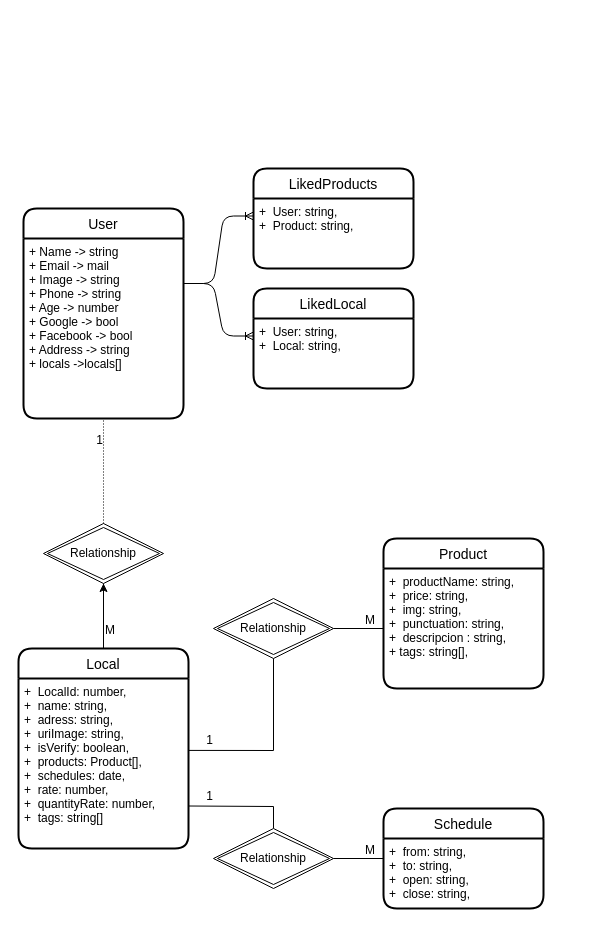
The draw.io diagram page "Database" (1 of 7) of Documentation/Database.drawio in VictorVMHC/Located.API, before the edit. Source tidied: cells renumbered, new cells numbered last; positions are measured from the earlier drawing's top-left corner, leaving out a move shared by most shapes. Both pictures are drawn from the tidied source at 100%, with x=0, y=0 at pixel (18, 168).
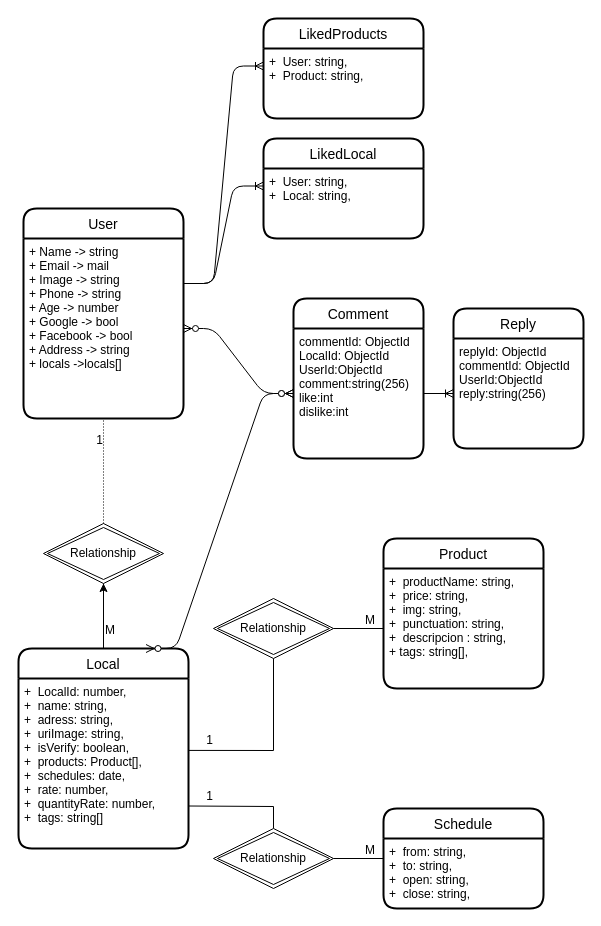
After the change.

The change refers to these unchanged cells:
```xml
<mxCell id="4" value="+ Name -&gt; string&#10;+ Email -&gt; mail&#10;+ Image -&gt; string&#10;+ Phone -&gt; string&#10;+ Age -&gt; number&#10;+ Google -&gt; bool&#10;+ Facebook -&gt; bool&#10;+ Address -&gt; string&#10;+ locals -&gt;locals[]&#10;" style="align=left;strokeColor=none;fillColor=none;spacingLeft=4;fontSize=12;verticalAlign=top;" parent="3" vertex="1">
  <mxGeometry y="30" width="160" height="180" as="geometry" />
</mxCell>
<mxCell id="6" value="Local" style="swimlane;horizontal=1;startSize=30;rounded=1;fontSize=14;fontStyle=0;strokeWidth=2;shadow=0;dashed=0;align=center;" parent="1" vertex="1">
  <mxGeometry y="480" width="170" height="200" as="geometry" />
</mxCell>
```

Change to the diagram source:
```diff
@@
     <mxCell id="27" value="LikedProducts" style="swimlane;horizontal=1;startSize=30;rounded=1;fontSize=14;fontStyle=0;strokeWidth=2;shadow=0;dashed=0;align=center;" parent="1" vertex="1">
-      <mxGeometry x="235" width="160" height="100" as="geometry" />
+      <mxGeometry x="245" y="-150" width="160" height="100" as="geometry" />
     </mxCell>
@@
     <mxCell id="29" value="LikedLocal" style="swimlane;horizontal=1;startSize=30;rounded=1;fontSize=14;fontStyle=0;strokeWidth=2;shadow=0;dashed=0;align=center;" parent="1" vertex="1">
-      <mxGeometry x="235" y="120" width="160" height="100" as="geometry" />
+      <mxGeometry x="245" y="-30" width="160" height="100" as="geometry" />
     </mxCell>
@@
+    <mxCell id="33" value="Comment" style="swimlane;horizontal=1;startSize=30;rounded=1;fontSize=14;fontStyle=0;strokeWidth=2;shadow=0;dashed=0;align=center;" parent="1" vertex="1">
+      <mxGeometry x="275" y="130" width="130" height="160" as="geometry" />
+    </mxCell>
+    <mxCell id="34" value="commentId: ObjectId&#10;LocalId: ObjectId&#10;UserId:ObjectId&#10;comment:string(256)&#10;like:int&#10;dislike:int&#10;" style="align=left;strokeColor=none;fillColor=none;spacingLeft=4;fontSize=12;verticalAlign=top;" parent="33" vertex="1">
+      <mxGeometry y="30" width="130" height="130" as="geometry" />
+    </mxCell>
+    <mxCell id="35" value="Reply" style="swimlane;horizontal=1;startSize=30;rounded=1;fontSize=14;fontStyle=0;strokeWidth=2;shadow=0;dashed=0;align=center;" parent="1" vertex="1">
+      <mxGeometry x="435" y="140" width="130" height="140" as="geometry" />
+    </mxCell>
+    <mxCell id="36" value="replyId: ObjectId&#10;commentId: ObjectId&#10;UserId:ObjectId&#10;reply:string(256)&#10;" style="align=left;strokeColor=none;fillColor=none;spacingLeft=4;fontSize=12;verticalAlign=top;" parent="35" vertex="1">
+      <mxGeometry y="30" width="130" height="110" as="geometry" />
+    </mxCell>
+    <mxCell id="37" style="edgeStyle=entityRelationEdgeStyle;fontSize=12;html=1;endArrow=ERzeroToMany;endFill=1;startArrow=ERzeroToMany;exitX=0.75;exitY=0;exitDx=0;exitDy=0;entryX=0;entryY=0.5;entryDx=0;entryDy=0;" parent="1" edge="1" source="6" target="34">
+      <mxGeometry relative="1" as="geometry" />
+    </mxCell>
+    <mxCell id="38" style="edgeStyle=entityRelationEdgeStyle;fontSize=12;html=1;endArrow=ERzeroToMany;endFill=1;startArrow=ERzeroToMany;exitX=1;exitY=0.5;exitDx=0;exitDy=0;entryX=0;entryY=0.5;entryDx=0;entryDy=0;" parent="1" edge="1" source="4" target="34">
+      <mxGeometry relative="1" as="geometry" />
+    </mxCell>
+    <mxCell id="39" style="edgeStyle=entityRelationEdgeStyle;fontSize=12;html=1;endArrow=ERoneToMany;exitX=1;exitY=0.5;exitDx=0;exitDy=0;entryX=0;entryY=0.5;entryDx=0;entryDy=0;" parent="1" edge="1" source="34" target="36">
+      <mxGeometry relative="1" as="geometry" />
+    </mxCell>
```
